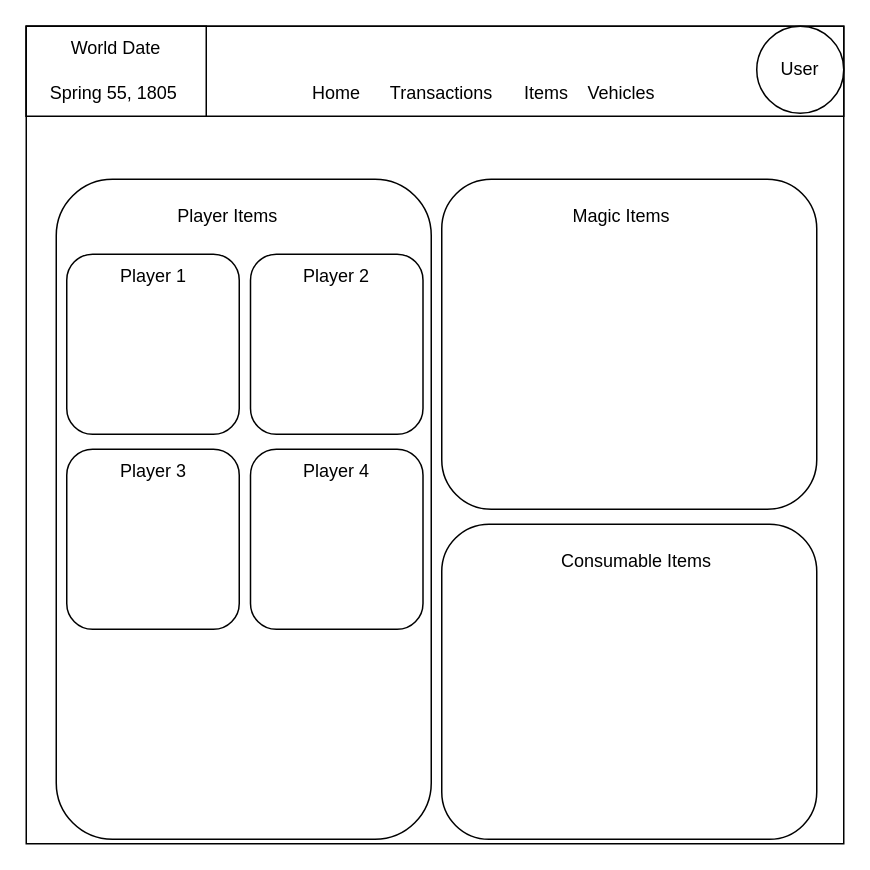
The draw.io diagram docs/Diagrams/Items Page.drawio in Hinrichsta/CampaignTracker, before the edit. Source tidied: cells renumbered, new cells numbered last; positions are measured from the earlier drawing's top-left corner, leaving out a move shared by most shapes. Both pictures are drawn from the tidied source at 150%, with x=0, y=0 at pixel (26, 26).
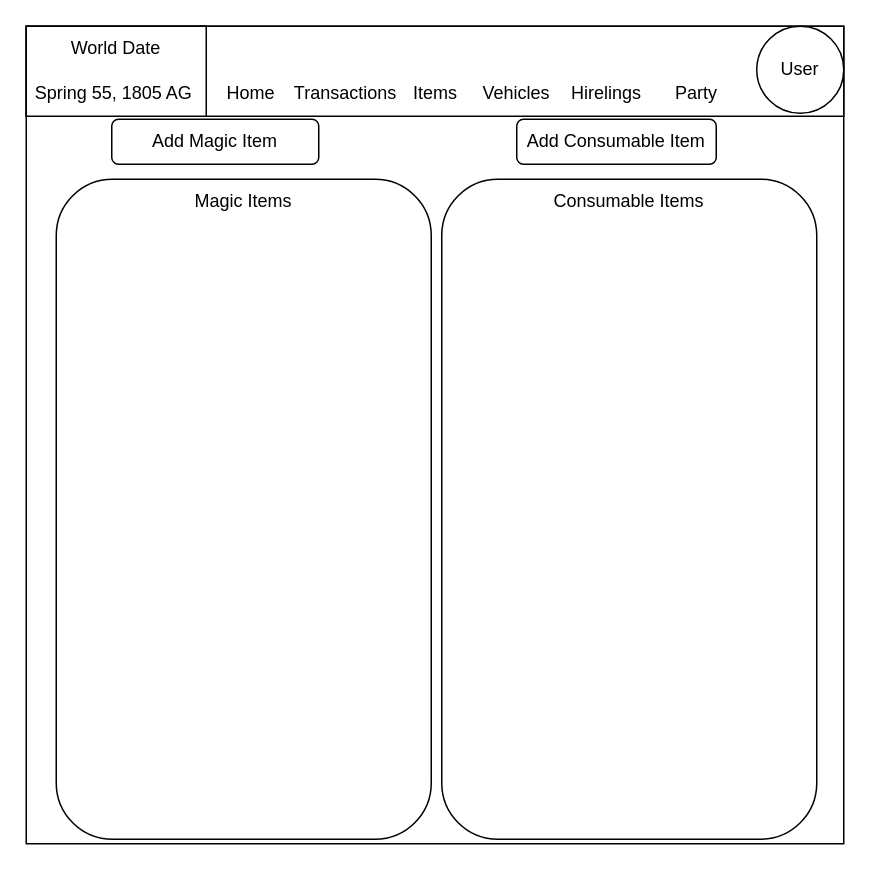
Above is the later version.

What changed in the source:
```diff
@@
+    <mxCell id="8" value="User" style="ellipse;whiteSpace=wrap;html=1;" parent="1" vertex="1">
+      <mxGeometry x="487" width="58" height="58" as="geometry" />
+    </mxCell>
+    <mxCell id="12" style="rounded=1;whiteSpace=wrap;html=1;" parent="1" vertex="1">
+      <mxGeometry x="20" y="102" width="250" height="440" as="geometry" />
+    </mxCell>
+    <mxCell id="14" style="rounded=1;whiteSpace=wrap;html=1;" parent="1" vertex="1">
+      <mxGeometry x="277" y="102" width="250" height="440" as="geometry" />
+    </mxCell>
+    <mxCell id="15" value="Magic Items" style="text;html=1;align=center;verticalAlign=middle;whiteSpace=wrap;rounded=0;" parent="1" vertex="1">
+      <mxGeometry x="104" y="102" width="82" height="30" as="geometry" />
+    </mxCell>
+    <mxCell id="16" value="Consumable Items" style="text;html=1;align=center;verticalAlign=middle;whiteSpace=wrap;rounded=0;" parent="1" vertex="1">
+      <mxGeometry x="342" y="102" width="120" height="30" as="geometry" />
+    </mxCell>
     <mxCell id="4" value="Home" style="text;html=1;align=center;verticalAlign=middle;whiteSpace=wrap;rounded=0;" parent="1" vertex="1">
-      <mxGeometry x="177" y="30" width="60" height="30" as="geometry" />
+      <mxGeometry x="120" y="30" width="60" height="30" as="geometry" />
     </mxCell>
     <mxCell id="5" value="Transactions" style="text;html=1;align=center;verticalAlign=middle;whiteSpace=wrap;rounded=0;" parent="1" vertex="1">
-      <mxGeometry x="247" y="30" width="60" height="30" as="geometry" />
+      <mxGeometry x="182.5" y="30" width="60" height="30" as="geometry" />
     </mxCell>
     <mxCell id="6" value="Items" style="text;html=1;align=center;verticalAlign=middle;whiteSpace=wrap;rounded=0;" parent="1" vertex="1">
-      <mxGeometry x="317" y="30" width="60" height="30" as="geometry" />
+      <mxGeometry x="242.5" y="30" width="60" height="30" as="geometry" />
     </mxCell>
     <mxCell id="7" value="Vehicles" style="text;html=1;align=center;verticalAlign=middle;whiteSpace=wrap;rounded=0;" parent="1" vertex="1">
-      <mxGeometry x="367" y="30" width="60" height="30" as="geometry" />
+      <mxGeometry x="297" y="30" width="60" height="30" as="geometry" />
     </mxCell>
-    <mxCell id="8" value="User" style="ellipse;whiteSpace=wrap;html=1;" parent="1" vertex="1">
-      <mxGeometry x="487" width="58" height="58" as="geometry" />
-    </mxCell>
@@
-    <mxCell id="11" value="Spring 55, 1805" style="text;html=1;align=center;verticalAlign=middle;whiteSpace=wrap;rounded=0;" parent="1" vertex="1">
-      <mxGeometry y="30" width="117" height="30" as="geometry" />
-    </mxCell>
-    <mxCell id="12" style="rounded=1;whiteSpace=wrap;html=1;" parent="1" vertex="1">
-      <mxGeometry x="20" y="102" width="250" height="440" as="geometry" />
-    </mxCell>
-    <mxCell id="13" style="rounded=1;whiteSpace=wrap;html=1;" parent="1" vertex="1">
-      <mxGeometry x="277" y="102" width="250" height="220" as="geometry" />
-    </mxCell>
-    <mxCell id="14" style="rounded=1;whiteSpace=wrap;html=1;" parent="1" vertex="1">
-      <mxGeometry x="277" y="332" width="250" height="210" as="geometry" />
-    </mxCell>
-    <mxCell id="15" value="Magic Items" style="text;html=1;align=center;verticalAlign=middle;whiteSpace=wrap;rounded=0;" parent="1" vertex="1">
-      <mxGeometry x="356" y="112" width="82" height="30" as="geometry" />
-    </mxCell>
-    <mxCell id="16" value="Consumable Items" style="text;html=1;align=center;verticalAlign=middle;whiteSpace=wrap;rounded=0;" parent="1" vertex="1">
-      <mxGeometry x="347" y="342" width="120" height="30" as="geometry" />
-    </mxCell>
-    <mxCell id="17" value="Player Items" style="text;html=1;align=center;verticalAlign=middle;whiteSpace=wrap;rounded=0;" parent="1" vertex="1">
-      <mxGeometry x="87" y="112" width="95" height="30" as="geometry" />
-    </mxCell>
-    <mxCell id="18" style="rounded=1;whiteSpace=wrap;html=1;rotation=0;" parent="1" vertex="1">
-      <mxGeometry x="27" y="152" width="115" height="120" as="geometry" />
-    </mxCell>
-    <mxCell id="19" style="rounded=1;whiteSpace=wrap;html=1;rotation=0;" parent="1" vertex="1">
-      <mxGeometry x="149.5" y="152" width="115" height="120" as="geometry" />
-    </mxCell>
-    <mxCell id="20" style="rounded=1;whiteSpace=wrap;html=1;rotation=0;" parent="1" vertex="1">
-      <mxGeometry x="27" y="282" width="115" height="120" as="geometry" />
-    </mxCell>
-    <mxCell id="21" style="rounded=1;whiteSpace=wrap;html=1;rotation=0;" parent="1" vertex="1">
-      <mxGeometry x="149.5" y="282" width="115" height="120" as="geometry" />
-    </mxCell>
-    <mxCell id="22" value="Player 1" style="text;html=1;align=center;verticalAlign=middle;whiteSpace=wrap;rounded=0;" parent="1" vertex="1">
-      <mxGeometry x="54.5" y="152" width="60" height="30" as="geometry" />
-    </mxCell>
-    <mxCell id="23" value="Player 2" style="text;html=1;align=center;verticalAlign=middle;whiteSpace=wrap;rounded=0;" parent="1" vertex="1">
-      <mxGeometry x="177" y="152" width="60" height="30" as="geometry" />
-    </mxCell>
-    <mxCell id="24" value="Player 3" style="text;html=1;align=center;verticalAlign=middle;whiteSpace=wrap;rounded=0;" parent="1" vertex="1">
-      <mxGeometry x="54.5" y="282" width="60" height="30" as="geometry" />
-    </mxCell>
-    <mxCell id="25" value="Player 4" style="text;html=1;align=center;verticalAlign=middle;whiteSpace=wrap;rounded=0;" parent="1" vertex="1">
-      <mxGeometry x="177" y="282" width="60" height="30" as="geometry" />
-    </mxCell>
+    <mxCell id="26" value="Spring 55, 1805 AG" style="text;html=1;align=center;verticalAlign=middle;whiteSpace=wrap;rounded=0;" parent="1" vertex="1">
+      <mxGeometry y="30" width="117" height="30" as="geometry" />
+    </mxCell>
+    <mxCell id="27" value="Hirelings" style="text;html=1;align=center;verticalAlign=middle;whiteSpace=wrap;rounded=0;" parent="1" vertex="1">
+      <mxGeometry x="357" y="30" width="60" height="30" as="geometry" />
+    </mxCell>
+    <mxCell id="28" value="Party" style="text;html=1;align=center;verticalAlign=middle;whiteSpace=wrap;rounded=0;" parent="1" vertex="1">
+      <mxGeometry x="417" y="30" width="60" height="30" as="geometry" />
+    </mxCell>
+    <mxCell id="29" value="Add Magic Item" style="rounded=1;whiteSpace=wrap;html=1;" parent="1" vertex="1">
+      <mxGeometry x="57" y="62" width="138" height="30" as="geometry" />
+    </mxCell>
+    <mxCell id="30" value="Add Consumable Item" style="rounded=1;whiteSpace=wrap;html=1;" parent="1" vertex="1">
+      <mxGeometry x="327" y="62" width="133" height="30" as="geometry" />
+    </mxCell>
```
